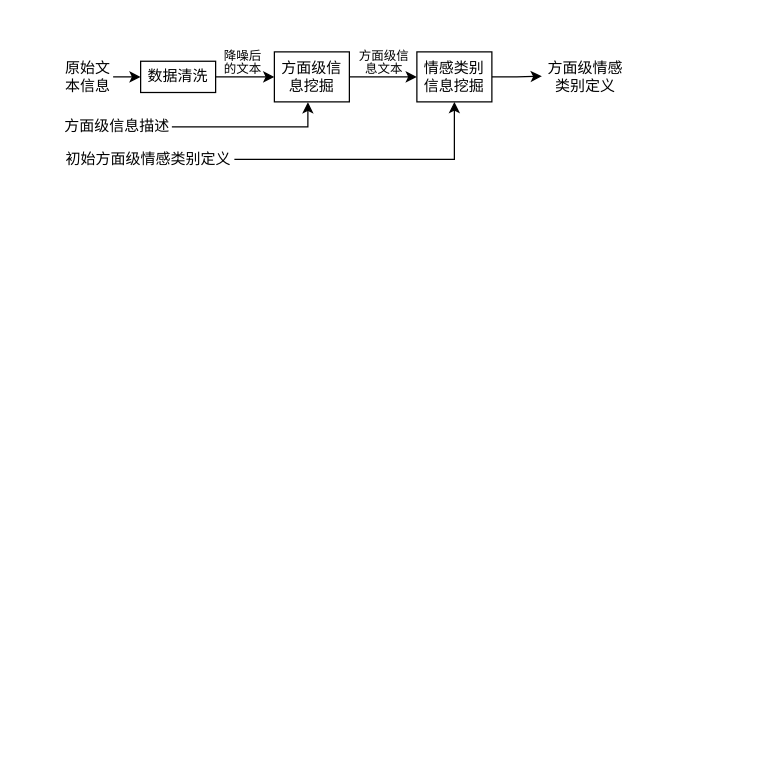
Above: patent-基于大模型的方面级文本情感挖掘.drawio in CindyZX/drawio_figures (draw.io), before the change. Source tidied: cells renumbered, new cells numbered last; positions are measured from the earlier drawing's top-left corner, leaving out a move shared by most shapes. Both pictures are drawn from the tidied source at 125%, with x=0, y=0 at pixel (62, 51).
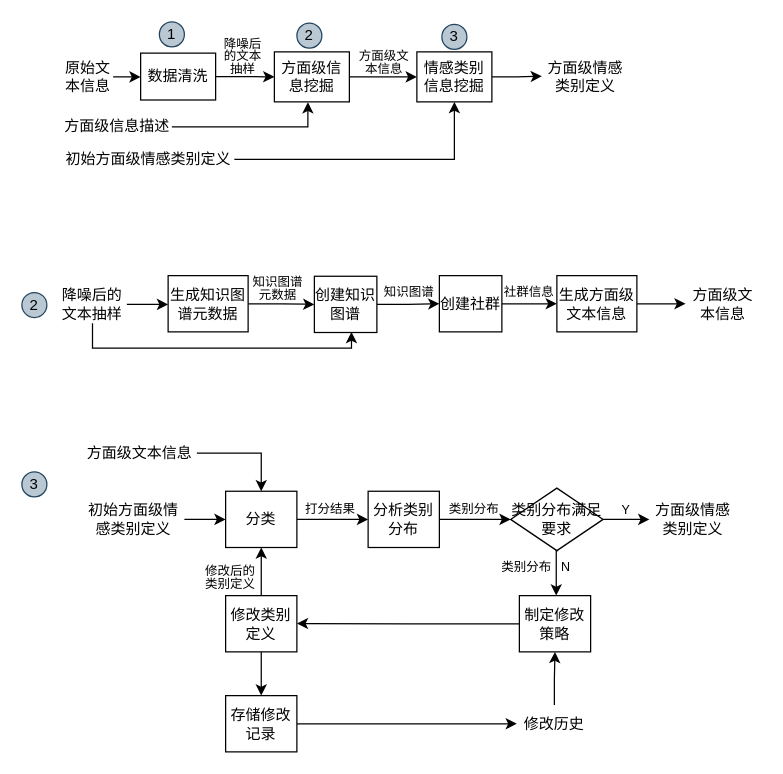
The same page after the edit.

Commit message:
更新patent-基于大模型的方面级文本情感挖掘.drawio

What changed in the source:
```diff
@@
     <mxCell id="5" value="数据清洗" style="rounded=0;whiteSpace=wrap;html=1;" parent="1" vertex="1">
-      <mxGeometry x="62" y="7.5" width="60" height="25" as="geometry" />
+      <mxGeometry x="62" y="1" width="60" height="37.5" as="geometry" />
     </mxCell>
@@
-    <mxCell id="11" value="&lt;p style=&quot;line-height: 100%; font-size: 10px;&quot;&gt;&lt;font style=&quot;font-size: 10px;&quot;&gt;降噪后的文本&lt;/font&gt;&lt;/p&gt;" style="text;html=1;align=center;verticalAlign=middle;whiteSpace=wrap;rounded=0;spacing=2;fontSize=10;" parent="1" vertex="1">
-      <mxGeometry x="127" y="2.5" width="34" height="10" as="geometry" />
+    <mxCell id="11" value="&lt;p style=&quot;line-height: 100%; font-size: 10px;&quot;&gt;&lt;font style=&quot;font-size: 10px;&quot;&gt;降噪后的文本抽样&lt;/font&gt;&lt;/p&gt;" style="text;html=1;align=center;verticalAlign=middle;whiteSpace=wrap;rounded=0;spacing=2;fontSize=10;" parent="1" vertex="1">
+      <mxGeometry x="127" y="-2.5" width="34" height="10" as="geometry" />
     </mxCell>
@@
-    <mxCell id="13" value="&lt;p style=&quot;line-height: 100%; font-size: 10px;&quot;&gt;&lt;font style=&quot;font-size: 10px;&quot;&gt;方面级信息文本&lt;/font&gt;&lt;/p&gt;" style="text;html=1;align=center;verticalAlign=middle;whiteSpace=wrap;rounded=0;spacing=2;fontSize=10;" parent="1" vertex="1">
+    <mxCell id="13" value="&lt;p style=&quot;line-height: 100%; font-size: 10px;&quot;&gt;&lt;font style=&quot;font-size: 10px;&quot;&gt;方面级文本信息&lt;/font&gt;&lt;/p&gt;" style="text;html=1;align=center;verticalAlign=middle;whiteSpace=wrap;rounded=0;spacing=2;fontSize=10;" parent="1" vertex="1">
       <mxGeometry x="235" y="2.5" width="44" height="10" as="geometry" />
     </mxCell>
@@
+    <mxCell id="17" value="1" style="ellipse;whiteSpace=wrap;html=1;fillColor=#bac8d3;strokeColor=#23445d;" parent="1" vertex="1">
+      <mxGeometry x="77" y="-24" width="20" height="20" as="geometry" />
+    </mxCell>
+    <mxCell id="18" value="2" style="ellipse;whiteSpace=wrap;html=1;fillColor=#bac8d3;strokeColor=#23445d;" parent="1" vertex="1">
+      <mxGeometry x="187" y="-23" width="20" height="20" as="geometry" />
+    </mxCell>
+    <mxCell id="19" value="3" style="ellipse;whiteSpace=wrap;html=1;fillColor=#bac8d3;strokeColor=#23445d;" parent="1" vertex="1">
+      <mxGeometry x="303" y="-22" width="20" height="20" as="geometry" />
+    </mxCell>
+    <mxCell id="20" value="2" style="ellipse;whiteSpace=wrap;html=1;fillColor=#bac8d3;strokeColor=#23445d;" parent="1" vertex="1">
+      <mxGeometry x="-33" y="192.5" width="20" height="20" as="geometry" />
+    </mxCell>
+    <mxCell id="21" style="edgeStyle=orthogonalEdgeStyle;rounded=0;jettySize=auto;html=1;exitX=1;exitY=0.5;exitDx=0;exitDy=0;entryX=0;entryY=0.5;entryDx=0;entryDy=0;" parent="1" edge="1" source="22" target="24">
+      <mxGeometry relative="1" as="geometry" />
+    </mxCell>
+    <mxCell id="22" value="降噪后的文本抽样" style="text;html=1;align=center;verticalAlign=middle;whiteSpace=wrap;rounded=0;" parent="1" vertex="1">
+      <mxGeometry x="-4" y="187" width="55" height="30" as="geometry" />
+    </mxCell>
+    <mxCell id="23" style="edgeStyle=orthogonalEdgeStyle;rounded=0;jettySize=auto;html=1;exitX=1;exitY=0.5;exitDx=0;exitDy=0;entryX=0;entryY=0.5;entryDx=0;entryDy=0;" parent="1" edge="1" source="24" target="26">
+      <mxGeometry relative="1" as="geometry" />
+    </mxCell>
+    <mxCell id="24" value="生成知识图谱元数据" style="rounded=0;whiteSpace=wrap;html=1;" parent="1" vertex="1">
+      <mxGeometry x="84" y="179" width="64" height="45" as="geometry" />
+    </mxCell>
+    <mxCell id="25" style="edgeStyle=orthogonalEdgeStyle;rounded=0;jettySize=auto;html=1;exitX=1;exitY=0.5;exitDx=0;exitDy=0;entryX=0;entryY=0.5;entryDx=0;entryDy=0;" parent="1" edge="1" source="26" target="28">
+      <mxGeometry relative="1" as="geometry" />
+    </mxCell>
+    <mxCell id="26" value="创建知识图谱" style="rounded=0;whiteSpace=wrap;html=1;" parent="1" vertex="1">
+      <mxGeometry x="201" y="179.5" width="50" height="45" as="geometry" />
+    </mxCell>
+    <mxCell id="27" style="edgeStyle=orthogonalEdgeStyle;rounded=0;jettySize=auto;html=1;exitX=1;exitY=0.5;exitDx=0;exitDy=0;entryX=0;entryY=0.5;entryDx=0;entryDy=0;" parent="1" edge="1" source="28" target="30">
+      <mxGeometry relative="1" as="geometry" />
+    </mxCell>
+    <mxCell id="28" value="创建社群" style="rounded=0;whiteSpace=wrap;html=1;" parent="1" vertex="1">
+      <mxGeometry x="301" y="179" width="50" height="45" as="geometry" />
+    </mxCell>
+    <mxCell id="29" style="edgeStyle=orthogonalEdgeStyle;rounded=0;jettySize=auto;html=1;exitX=1;exitY=0.5;exitDx=0;exitDy=0;" parent="1" edge="1" source="30" target="31">
+      <mxGeometry relative="1" as="geometry" />
+    </mxCell>
+    <mxCell id="30" value="生成方面级文本信息" style="rounded=0;whiteSpace=wrap;html=1;" parent="1" vertex="1">
+      <mxGeometry x="395" y="179" width="64" height="45" as="geometry" />
+    </mxCell>
+    <mxCell id="31" value="方面级文本信息" style="text;html=1;align=center;verticalAlign=middle;whiteSpace=wrap;rounded=0;" parent="1" vertex="1">
+      <mxGeometry x="498" y="186.5" width="60" height="30" as="geometry" />
+    </mxCell>
+    <mxCell id="32" value="&lt;p style=&quot;line-height: 100%; font-size: 10px;&quot;&gt;&lt;font style=&quot;font-size: 10px;&quot;&gt;知识图谱元数据&lt;/font&gt;&lt;/p&gt;" style="text;html=1;align=center;verticalAlign=middle;whiteSpace=wrap;rounded=0;spacing=2;fontSize=10;" parent="1" vertex="1">
+      <mxGeometry x="150" y="183.5" width="44" height="10" as="geometry" />
+    </mxCell>
+    <mxCell id="33" style="edgeStyle=orthogonalEdgeStyle;rounded=0;jettySize=auto;html=1;exitX=0.5;exitY=1;exitDx=0;exitDy=0;entryX=0.593;entryY=0.989;entryDx=0;entryDy=0;entryPerimeter=0;" parent="1" edge="1" source="22" target="26">
+      <mxGeometry relative="1" as="geometry" />
+    </mxCell>
+    <mxCell id="34" value="&lt;p style=&quot;line-height: 100%; font-size: 10px;&quot;&gt;&lt;font style=&quot;font-size: 10px;&quot;&gt;知识图谱&lt;/font&gt;&lt;/p&gt;" style="text;html=1;align=center;verticalAlign=middle;whiteSpace=wrap;rounded=0;spacing=2;fontSize=10;" parent="1" vertex="1">
+      <mxGeometry x="255" y="186.5" width="44" height="10" as="geometry" />
+    </mxCell>
+    <mxCell id="35" value="&lt;p style=&quot;line-height: 100%; font-size: 10px;&quot;&gt;&lt;font style=&quot;font-size: 10px;&quot;&gt;社群信息&lt;/font&gt;&lt;/p&gt;" style="text;html=1;align=center;verticalAlign=middle;whiteSpace=wrap;rounded=0;spacing=2;fontSize=10;" parent="1" vertex="1">
+      <mxGeometry x="351" y="187" width="44" height="10" as="geometry" />
+    </mxCell>
+    <mxCell id="36" value="3" style="ellipse;whiteSpace=wrap;html=1;fillColor=#bac8d3;strokeColor=#23445d;" parent="1" vertex="1">
+      <mxGeometry x="-33" y="336" width="20" height="20" as="geometry" />
+    </mxCell>
+    <mxCell id="37" style="edgeStyle=orthogonalEdgeStyle;rounded=0;jettySize=auto;html=1;exitX=1;exitY=0.5;exitDx=0;exitDy=0;entryX=0.5;entryY=0;entryDx=0;entryDy=0;" parent="1" edge="1" source="38" target="42">
+      <mxGeometry relative="1" as="geometry" />
+    </mxCell>
+    <mxCell id="38" value="方面级文本信息" style="text;html=1;align=center;verticalAlign=middle;whiteSpace=wrap;rounded=0;" parent="1" vertex="1">
+      <mxGeometry x="14.5" y="306" width="92.5" height="30" as="geometry" />
+    </mxCell>
+    <mxCell id="39" style="edgeStyle=orthogonalEdgeStyle;rounded=0;jettySize=auto;html=1;exitX=1;exitY=0.5;exitDx=0;exitDy=0;entryX=0;entryY=0.5;entryDx=0;entryDy=0;" parent="1" edge="1" source="40" target="42">
+      <mxGeometry relative="1" as="geometry" />
+    </mxCell>
+    <mxCell id="40" value="初始方面级情感类别定义" style="text;html=1;align=center;verticalAlign=middle;whiteSpace=wrap;rounded=0;" parent="1" vertex="1">
+      <mxGeometry x="14.5" y="359" width="82.5" height="30" as="geometry" />
+    </mxCell>
+    <mxCell id="41" style="edgeStyle=orthogonalEdgeStyle;rounded=0;jettySize=auto;html=1;exitX=1;exitY=0.5;exitDx=0;exitDy=0;entryX=0;entryY=0.5;entryDx=0;entryDy=0;" parent="1" edge="1" source="42" target="44">
+      <mxGeometry relative="1" as="geometry" />
+    </mxCell>
+    <mxCell id="42" value="分类" style="rounded=0;whiteSpace=wrap;html=1;" parent="1" vertex="1">
+      <mxGeometry x="130" y="351.5" width="57" height="45" as="geometry" />
+    </mxCell>
+    <mxCell id="43" style="edgeStyle=orthogonalEdgeStyle;rounded=0;jettySize=auto;html=1;exitX=1;exitY=0.5;exitDx=0;exitDy=0;entryX=0;entryY=0.5;entryDx=0;entryDy=0;" parent="1" edge="1" source="44" target="47">
+      <mxGeometry relative="1" as="geometry" />
+    </mxCell>
+    <mxCell id="44" value="分析类别分布" style="rounded=0;whiteSpace=wrap;html=1;" parent="1" vertex="1">
+      <mxGeometry x="244" y="351.5" width="57" height="45" as="geometry" />
+    </mxCell>
+    <mxCell id="45" style="edgeStyle=orthogonalEdgeStyle;rounded=0;jettySize=auto;html=1;exitX=1;exitY=0.5;exitDx=0;exitDy=0;" parent="1" edge="1" source="47" target="48">
+      <mxGeometry relative="1" as="geometry" />
+    </mxCell>
+    <mxCell id="46" style="edgeStyle=orthogonalEdgeStyle;rounded=0;orthogonalLoop=1;jettySize=auto;html=1;exitX=0.5;exitY=1;exitDx=0;exitDy=0;entryX=0.5;entryY=0;entryDx=0;entryDy=0;" parent="1" edge="1">
+      <mxGeometry relative="1" as="geometry">
+        <mxPoint x="396" y="399" as="sourcePoint" />
+        <mxPoint x="394.5" y="435" as="targetPoint" />
+      </mxGeometry>
+    </mxCell>
+    <mxCell id="47" value="类别分布满足要求" style="rhombus;whiteSpace=wrap;html=1;" parent="1" vertex="1">
+      <mxGeometry x="358" y="349" width="74" height="50" as="geometry" />
+    </mxCell>
+    <mxCell id="48" value="方面级情感类别定义" style="text;html=1;align=center;verticalAlign=middle;whiteSpace=wrap;rounded=0;" parent="1" vertex="1">
+      <mxGeometry x="469" y="359" width="70" height="30" as="geometry" />
+    </mxCell>
+    <mxCell id="49" style="edgeStyle=orthogonalEdgeStyle;rounded=0;jettySize=auto;html=1;exitX=0;exitY=0.5;exitDx=0;exitDy=0;" parent="1" edge="1" source="50">
+      <mxGeometry relative="1" as="geometry">
+        <mxPoint x="187" y="457.3" as="targetPoint" />
+      </mxGeometry>
+    </mxCell>
+    <mxCell id="50" value="制定修改策略" style="rounded=0;whiteSpace=wrap;html=1;" parent="1" vertex="1">
+      <mxGeometry x="365" y="435" width="57" height="45" as="geometry" />
+    </mxCell>
+    <mxCell id="51" style="edgeStyle=orthogonalEdgeStyle;rounded=0;jettySize=auto;html=1;exitX=0.5;exitY=0;exitDx=0;exitDy=0;entryX=0.5;entryY=1;entryDx=0;entryDy=0;" parent="1" edge="1" source="53" target="42">
+      <mxGeometry relative="1" as="geometry" />
+    </mxCell>
+    <mxCell id="52" style="edgeStyle=orthogonalEdgeStyle;rounded=0;jettySize=auto;html=1;exitX=0.5;exitY=1;exitDx=0;exitDy=0;entryX=0.5;entryY=0;entryDx=0;entryDy=0;" parent="1" edge="1" source="53" target="61">
+      <mxGeometry relative="1" as="geometry" />
+    </mxCell>
+    <mxCell id="53" value="修改类别定义" style="rounded=0;whiteSpace=wrap;html=1;" parent="1" vertex="1">
+      <mxGeometry x="130" y="435" width="57" height="45" as="geometry" />
+    </mxCell>
+    <mxCell id="54" value="&lt;p style=&quot;line-height: 100%; font-size: 10px;&quot;&gt;打分结果&lt;/p&gt;" style="text;html=1;align=center;verticalAlign=middle;whiteSpace=wrap;rounded=0;spacing=2;fontSize=10;" parent="1" vertex="1">
+      <mxGeometry x="192" y="360" width="44" height="10" as="geometry" />
+    </mxCell>
+    <mxCell id="55" value="&lt;p style=&quot;line-height: 100%; font-size: 10px;&quot;&gt;类别分布&lt;/p&gt;" style="text;html=1;align=center;verticalAlign=middle;whiteSpace=wrap;rounded=0;spacing=2;fontSize=10;" parent="1" vertex="1">
+      <mxGeometry x="307" y="360" width="44" height="10" as="geometry" />
+    </mxCell>
+    <mxCell id="56" value="&lt;p style=&quot;line-height: 100%; font-size: 10px;&quot;&gt;Y&lt;/p&gt;" style="text;html=1;align=center;verticalAlign=middle;whiteSpace=wrap;rounded=0;spacing=2;fontSize=10;" parent="1" vertex="1">
+      <mxGeometry x="443" y="360.5" width="15" height="10" as="geometry" />
+    </mxCell>
+    <mxCell id="57" value="&lt;p style=&quot;line-height: 100%; font-size: 10px;&quot;&gt;N&lt;/p&gt;" style="text;html=1;align=center;verticalAlign=middle;whiteSpace=wrap;rounded=0;spacing=2;fontSize=10;" parent="1" vertex="1">
+      <mxGeometry x="395" y="407" width="15" height="10" as="geometry" />
+    </mxCell>
+    <mxCell id="58" value="&lt;p style=&quot;line-height: 100%; font-size: 10px;&quot;&gt;修改后的类别定义&lt;/p&gt;" style="text;html=1;align=center;verticalAlign=middle;whiteSpace=wrap;rounded=0;spacing=2;fontSize=10;" parent="1" vertex="1">
+      <mxGeometry x="112" y="415" width="44" height="10" as="geometry" />
+    </mxCell>
+    <mxCell id="59" value="&lt;p style=&quot;line-height: 100%; font-size: 10px;&quot;&gt;类别分布&lt;/p&gt;" style="text;html=1;align=center;verticalAlign=middle;whiteSpace=wrap;rounded=0;spacing=2;fontSize=10;" parent="1" vertex="1">
+      <mxGeometry x="349" y="407" width="44" height="10" as="geometry" />
+    </mxCell>
+    <mxCell id="60" style="edgeStyle=orthogonalEdgeStyle;rounded=0;jettySize=auto;html=1;exitX=1;exitY=0.5;exitDx=0;exitDy=0;entryX=0;entryY=0.5;entryDx=0;entryDy=0;" parent="1" edge="1" source="61" target="63">
+      <mxGeometry relative="1" as="geometry" />
+    </mxCell>
+    <mxCell id="61" value="存储修改记录" style="rounded=0;whiteSpace=wrap;html=1;" parent="1" vertex="1">
+      <mxGeometry x="130" y="515" width="57" height="45" as="geometry" />
+    </mxCell>
+    <mxCell id="62" style="edgeStyle=orthogonalEdgeStyle;rounded=0;jettySize=auto;html=1;exitX=0.5;exitY=0;exitDx=0;exitDy=0;entryX=0.5;entryY=1;entryDx=0;entryDy=0;" parent="1" edge="1" source="63" target="50">
+      <mxGeometry relative="1" as="geometry" />
+    </mxCell>
+    <mxCell id="63" value="修改历史" style="text;html=1;align=center;verticalAlign=middle;whiteSpace=wrap;rounded=0;" parent="1" vertex="1">
+      <mxGeometry x="363" y="522.5" width="60" height="30" as="geometry" />
+    </mxCell>
```
